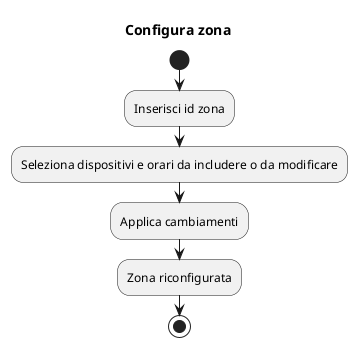
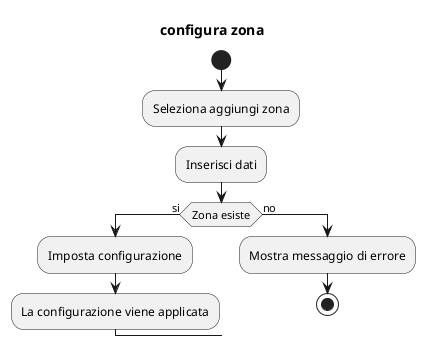
- @startuml configurazona
- title Configura zona
+ @startuml configuraZona
+ title configura zona

start

-     :Inserisci id zona;
-     :Seleziona dispositivi e orari da includere o da modificare;
-     :Applica cambiamenti;
-     :Zona riconfigurata;
+ :Seleziona aggiungi zona;
+ :Inserisci dati;

+ if (Zona esiste) then (si)
+     :Imposta configurazione;
+     :La configurazione viene applicata;
+ else (no)
+     :Mostra messaggio di errore;
stop
@enduml